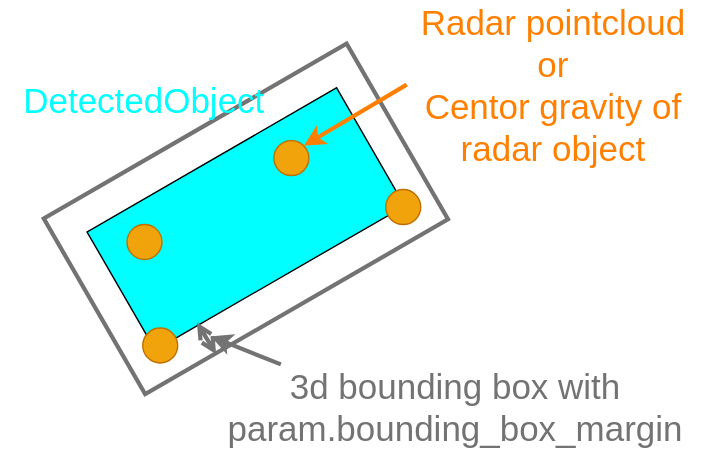
The draw.io diagram radar_fusion_to_detected_object/docs/radar_fusion_to_detected_object_1.drawio.svg in scepter914/my-autoware-workspace, before a commit. Source tidied: cells renumbered, new cells last; positions are measured from the earlier drawing's top-left corner, leaving out a move shared by most shapes.
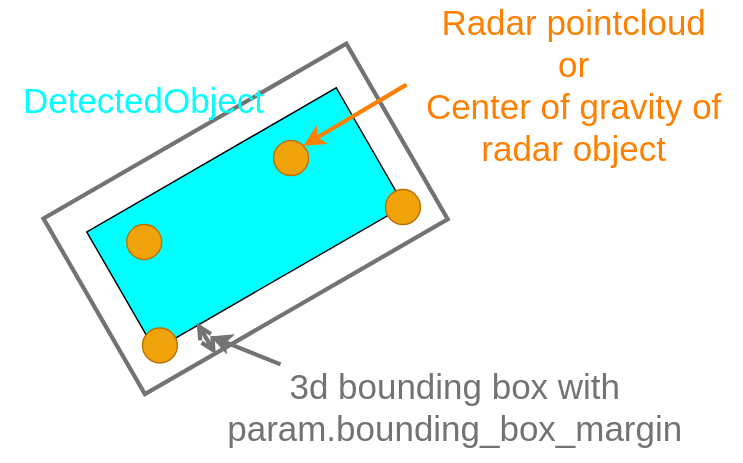
Above is the later version.

Change to the diagram source:
```diff
@@ -32,8 +32,8 @@
     <mxCell id="10" value="&lt;font&gt;&lt;font style=&quot;font-size: 25px&quot; color=&quot;#737373&quot;&gt;3d bounding box with param.bounding_box_margin&lt;/font&gt;&lt;br&gt;&lt;/font&gt;" style="text;html=1;strokeColor=none;fillColor=none;align=center;verticalAlign=middle;whiteSpace=wrap;rounded=0;" parent="1" vertex="1">
       <mxGeometry x="150" y="230" width="350" height="80" as="geometry" />
     </mxCell>
-    <mxCell id="11" value="&lt;font&gt;&lt;font style=&quot;font-size: 25px&quot; color=&quot;#ff8000&quot;&gt;Radar pointcloud&lt;br&gt;or&lt;br&gt;Centor gravity of radar object&lt;/font&gt;&lt;br&gt;&lt;/font&gt;" style="text;html=1;strokeColor=none;fillColor=none;align=center;verticalAlign=middle;whiteSpace=wrap;rounded=0;" parent="1" vertex="1">
-      <mxGeometry x="290" width="210" height="80" as="geometry" />
+    <mxCell id="11" value="&lt;font&gt;&lt;font style=&quot;font-size: 25px&quot; color=&quot;#ff8000&quot;&gt;Radar pointcloud&lt;br&gt;or&lt;br&gt;Center of gravity of radar object&lt;/font&gt;&lt;br&gt;&lt;/font&gt;" style="text;html=1;strokeColor=none;fillColor=none;align=center;verticalAlign=middle;whiteSpace=wrap;rounded=0;" parent="1" vertex="1">
+      <mxGeometry x="290" width="240" height="80" as="geometry" />
     </mxCell>
     <mxCell id="12" style="endArrow=classic;html=1;strokeWidth=3;entryX=1;entryY=0;entryDx=0;entryDy=0;strokeColor=#FF8000;" parent="1" edge="1" target="6">
       <mxGeometry relative="1" as="geometry">
```
